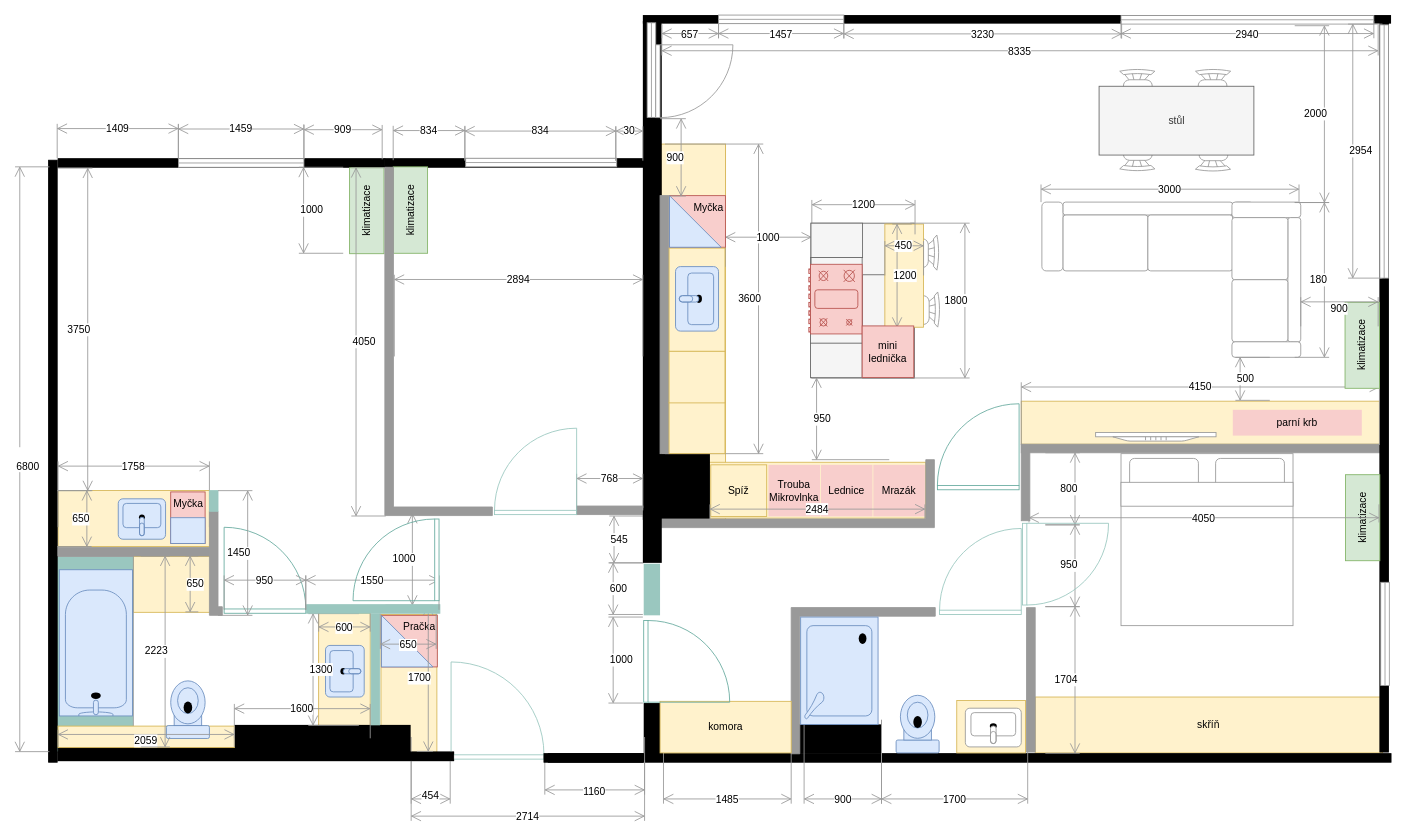
The draw.io diagram page "final" (1 of 2) of docs/src/static/drawings/floor-plan.furniched.drawio in surquest/flat-renovation, before the edit. Source tidied: cells renumbered, new cells numbered last; positions are measured from the earlier drawing's top-left corner, leaving out a move shared by most shapes. Both pictures are drawn from the tidied source at 86%, with x=0, y=0 at pixel (15, 15).
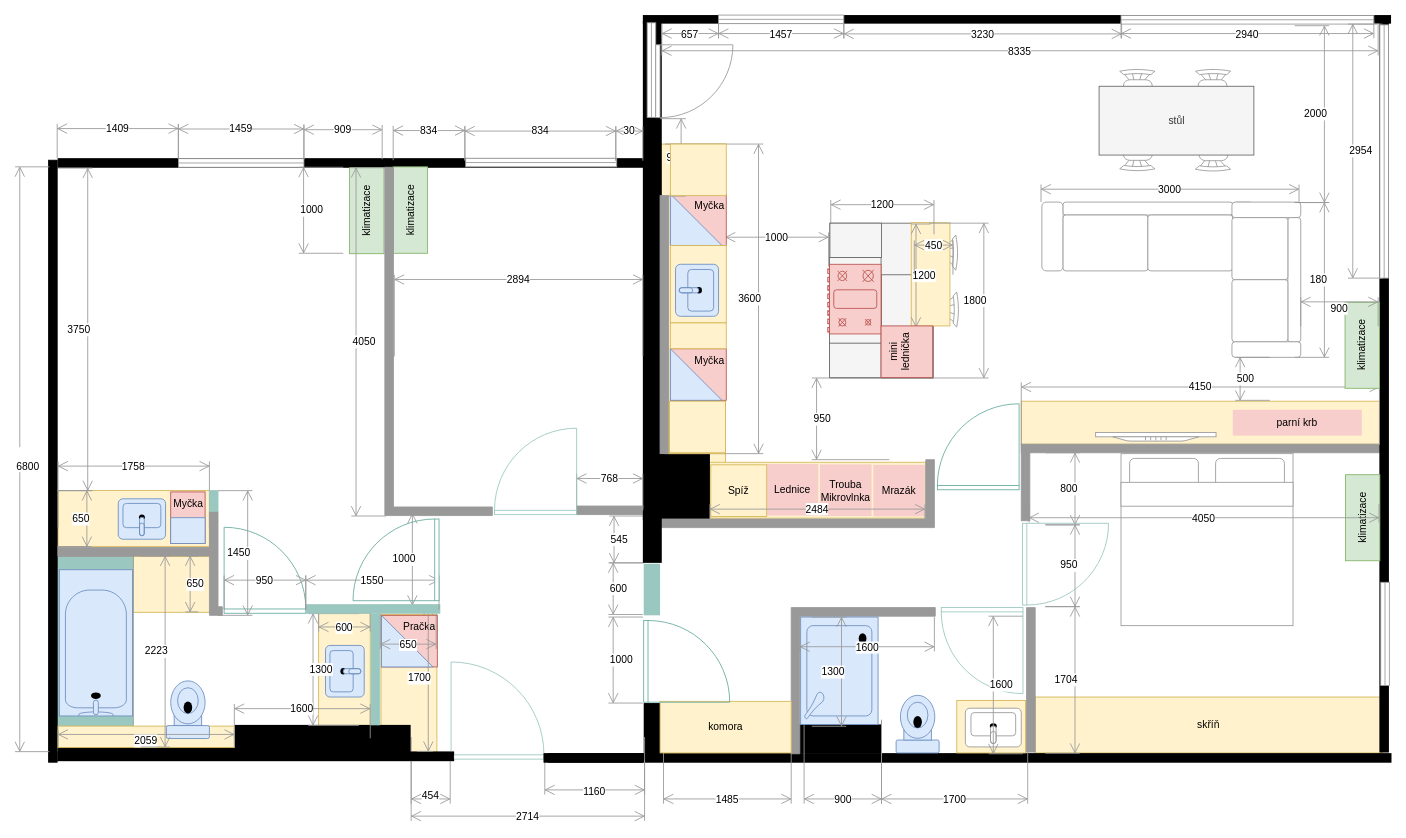
After the change.

The edit, as a diff of the source:
```diff
@@
     <mxCell id="8" style="rounded=0;whiteSpace=wrap;html=1;strokeColor=#666666;fillColor=#f5f5f5;fontColor=#333333;" parent="1" vertex="1">
-      <mxGeometry x="925.5" y="242" width="120" height="180" as="geometry" />
+      <mxGeometry x="947.5" y="242" width="120" height="180" as="geometry" />
     </mxCell>
     <mxCell id="9" style="rounded=0;whiteSpace=wrap;html=1;strokeColor=#666666;fillColor=#f5f5f5;fontColor=#333333;" parent="1" vertex="1">
-      <mxGeometry x="985.5" y="302" width="60" height="60" as="geometry" />
+      <mxGeometry x="1007.5" y="302" width="60" height="60" as="geometry" />
     </mxCell>
     <mxCell id="10" style="rounded=0;whiteSpace=wrap;html=1;strokeColor=#666666;fillColor=#f5f5f5;fontColor=#333333;" parent="1" vertex="1">
-      <mxGeometry x="985.5" y="362" width="60" height="60" as="geometry" />
+      <mxGeometry x="1007.5" y="362" width="60" height="60" as="geometry" />
     </mxCell>
     <mxCell id="11" style="rounded=0;whiteSpace=wrap;html=1;strokeColor=#666666;fillColor=#f5f5f5;fontColor=#333333;" parent="1" vertex="1">
-      <mxGeometry x="925" y="282" width="60" height="100" as="geometry" />
+      <mxGeometry x="947" y="282" width="60" height="100" as="geometry" />
     </mxCell>
@@
     <mxCell id="20" style="verticalLabelPosition=bottom;html=1;verticalAlign=top;align=center;shape=mxgraph.floorplan.chair;strokeColor=#999999;fillColor=#FFFFFF;direction=south;" parent="1" vertex="1">
-      <mxGeometry x="1023.6" y="322" width="52" height="41" as="geometry" />
+      <mxGeometry x="1045.6" y="322" width="52" height="41" as="geometry" />
     </mxCell>
     <mxCell id="21" style="verticalLabelPosition=bottom;html=1;verticalAlign=top;align=center;shape=mxgraph.floorplan.chair;strokeColor=#999999;fillColor=#FFFFFF;direction=south;" parent="1" vertex="1">
-      <mxGeometry x="1022.6" y="255.8" width="52" height="41" as="geometry" />
+      <mxGeometry x="1044.6" y="255.8" width="52" height="41" as="geometry" />
     </mxCell>
@@
     <mxCell id="79" value="Trouba&lt;br&gt;Mikrovlnka" style="rounded=0;whiteSpace=wrap;html=1;strokeColor=none;fillColor=#f8cecc;" parent="1" vertex="1">
-      <mxGeometry x="876" y="523" width="60" height="60" as="geometry" />
+      <mxGeometry x="936" y="522.5" width="60" height="60" as="geometry" />
     </mxCell>
@@
     <mxCell id="81" value="1000" style="shape=dimension;direction=west;whiteSpace=wrap;html=1;align=center;verticalAlign=top;spacingTop=-8;labelBackgroundColor=#ffffff;strokeColor=#999999;fillColor=#999999;" parent="1" vertex="1">
-      <mxGeometry x="826" y="252.8" width="100" height="40" as="geometry" />
+      <mxGeometry x="826" y="252.8" width="120" height="40" as="geometry" />
     </mxCell>
     <mxCell id="82" value="Myčka" style="rounded=0;whiteSpace=wrap;html=1;strokeColor=#b85450;fillColor=#f8cecc;verticalAlign=top;align=right;" parent="1" vertex="1">
-      <mxGeometry x="761" y="210" width="65" height="60" as="geometry" />
+      <mxGeometry x="762" y="208" width="65" height="60" as="geometry" />
     </mxCell>
-    <mxCell id="83" style="rounded=0;whiteSpace=wrap;html=1;strokeColor=#d6b656;fillColor=#fff2cc;" parent="1" vertex="1">
-      <mxGeometry x="760.5" y="271" width="65" height="120" as="geometry" />
-    </mxCell>
-    <mxCell id="84" style="verticalLabelPosition=bottom;html=1;verticalAlign=top;align=center;shape=mxgraph.floorplan.sink_2;strokeColor=#6c8ebf;fillColor=#dae8fc;direction=north;" parent="1" vertex="1">
-      <mxGeometry x="768" y="292.5" width="50" height="75" as="geometry" />
-    </mxCell>
     <mxCell id="85" style="rounded=0;whiteSpace=wrap;html=1;strokeColor=#d6b656;fillColor=#fff2cc;" parent="1" vertex="1">
-      <mxGeometry x="1011.4" y="243" width="45" height="120" as="geometry" />
+      <mxGeometry x="1042.1" y="241.5" width="45" height="120" as="geometry" />
     </mxCell>
@@
-    <mxCell id="90" style="verticalLabelPosition=bottom;html=1;verticalAlign=top;align=center;shape=mxgraph.floorplan.doorLeft;strokeColor=#9AC7BF;fillColor=#FFFFFF;direction=west;flipV=0;flipH=0;" parent="1" vertex="1">
-      <mxGeometry x="1075" y="612" width="95" height="85" as="geometry" />
+    <mxCell id="90" style="verticalLabelPosition=bottom;html=1;verticalAlign=top;align=center;shape=mxgraph.floorplan.doorLeft;strokeColor=#9AC7BF;fillColor=#FFFFFF;direction=east;flipV=0;flipH=1;" parent="1" vertex="1">
+      <mxGeometry x="1077" y="689" width="95" height="85" as="geometry" />
     </mxCell>
     <mxCell id="91" style="verticalLabelPosition=bottom;html=1;verticalAlign=top;align=center;shape=mxgraph.floorplan.range_2;strokeColor=#b85450;fillColor=#f8cecc;direction=south;" parent="1" vertex="1">
-      <mxGeometry x="923" y="289.8" width="62" height="81" as="geometry" />
+      <mxGeometry x="945" y="289.8" width="62" height="81" as="geometry" />
     </mxCell>
@@
     <mxCell id="108" value="1800" style="shape=dimension;direction=north;whiteSpace=wrap;html=1;align=right;verticalAlign=middle;labelBackgroundColor=#ffffff;strokeColor=#999999;" parent="1" vertex="1">
-      <mxGeometry x="1041" y="242" width="69" height="180" as="geometry" />
+      <mxGeometry x="1063" y="242" width="69" height="180" as="geometry" />
     </mxCell>
     <mxCell id="109" value="1200" style="shape=dimension;direction=west;whiteSpace=wrap;html=1;align=center;verticalAlign=top;spacingTop=-8;labelBackgroundColor=#ffffff;strokeColor=#999999;" parent="1" vertex="1">
-      <mxGeometry x="926.5" y="215" width="120" height="40" as="geometry" />
+      <mxGeometry x="948.5" y="215" width="120" height="40" as="geometry" />
     </mxCell>
     <mxCell id="110" value="Lednice" style="rounded=0;whiteSpace=wrap;html=1;strokeColor=none;fillColor=#f8cecc;" parent="1" vertex="1">
-      <mxGeometry x="937" y="523" width="60" height="60" as="geometry" />
+      <mxGeometry x="874" y="522" width="60" height="60" as="geometry" />
     </mxCell>
@@
     <mxCell id="115" value="1200" style="shape=dimension;direction=south;whiteSpace=wrap;html=1;align=left;verticalAlign=middle;labelBackgroundColor=#ffffff;strokeColor=#999999;" parent="1" vertex="1">
-      <mxGeometry x="1020.1" y="243" width="22.5" height="120" as="geometry" />
+      <mxGeometry x="1042.1" y="243" width="22.5" height="120" as="geometry" />
     </mxCell>
     <mxCell id="116" value="450" style="shape=dimension;direction=west;whiteSpace=wrap;html=1;align=center;verticalAlign=top;spacingTop=-8;labelBackgroundColor=#ffffff;strokeColor=#999999;" parent="1" vertex="1">
-      <mxGeometry x="1011.4" y="262.8" width="45" height="40" as="geometry" />
+      <mxGeometry x="1045.6" y="262" width="45" height="40" as="geometry" />
     </mxCell>
-    <mxCell id="117" style="rounded=0;whiteSpace=wrap;html=1;strokeColor=#d6b656;fillColor=#fff2cc;" parent="1" vertex="1">
-      <mxGeometry x="760.5" y="391" width="65" height="60" as="geometry" />
-    </mxCell>
     <mxCell id="118" style="rounded=0;whiteSpace=wrap;html=1;strokeColor=#666666;fillColor=#f5f5f5;fontColor=#333333;" parent="1" vertex="1">
-      <mxGeometry x="925.5" y="242" width="60" height="40" as="geometry" />
+      <mxGeometry x="947.5" y="242" width="60" height="40" as="geometry" />
     </mxCell>
     <mxCell id="119" style="rounded=0;whiteSpace=wrap;html=1;strokeColor=#666666;fillColor=#f5f5f5;fontColor=#333333;" parent="1" vertex="1">
-      <mxGeometry x="925" y="381.5" width="60" height="40" as="geometry" />
+      <mxGeometry x="947" y="381.5" width="60" height="40" as="geometry" />
     </mxCell>
     <mxCell id="120" style="verticalLabelPosition=bottom;verticalAlign=top;html=1;shape=mxgraph.basic.orthogonal_triangle;strokeColor=#6c8ebf;fillColor=#dae8fc;" parent="1" vertex="1">
-      <mxGeometry x="761" y="210" width="60" height="60" as="geometry" />
+      <mxGeometry x="762" y="208" width="60" height="60" as="geometry" />
     </mxCell>
@@
-    <mxCell id="122" value="mini&lt;br&gt;lednička" style="rounded=0;whiteSpace=wrap;html=1;strokeColor=#b85450;fillColor=#f8cecc;" parent="1" vertex="1">
-      <mxGeometry x="985" y="361.5" width="60" height="60" as="geometry" />
+    <mxCell id="122" value="mini&lt;br&gt;lednička" style="rounded=0;whiteSpace=wrap;html=1;strokeColor=#b85450;fillColor=#f8cecc;horizontal=0;verticalAlign=top;" parent="1" vertex="1">
+      <mxGeometry x="1007" y="361.5" width="60" height="60" as="geometry" />
     </mxCell>
@@
+    <mxCell id="167" value="Myčka" style="rounded=0;whiteSpace=wrap;html=1;strokeColor=#b85450;fillColor=#f8cecc;verticalAlign=top;align=right;" parent="1" vertex="1">
+      <mxGeometry x="762" y="388" width="65" height="60" as="geometry" />
+    </mxCell>
+    <mxCell id="168" style="verticalLabelPosition=bottom;verticalAlign=top;html=1;shape=mxgraph.basic.orthogonal_triangle;strokeColor=#6c8ebf;fillColor=#dae8fc;" parent="1" vertex="1">
+      <mxGeometry x="762" y="388" width="60" height="60" as="geometry" />
+    </mxCell>
+    <mxCell id="169" value="1600" style="shape=dimension;direction=south;whiteSpace=wrap;html=1;align=left;verticalAlign=middle;labelBackgroundColor=#ffffff;strokeColor=#999999;" parent="1" vertex="1">
+      <mxGeometry x="1132" y="699" width="40" height="160" as="geometry" />
+    </mxCell>
+    <mxCell id="170" value="1300" style="shape=dimension;direction=north;whiteSpace=wrap;html=1;align=right;verticalAlign=middle;labelBackgroundColor=#ffffff;strokeColor=#999999;" parent="1" vertex="1">
+      <mxGeometry x="926.5" y="700" width="40" height="127" as="geometry" />
+    </mxCell>
+    <mxCell id="171" value="1600" style="shape=dimension;whiteSpace=wrap;html=1;align=center;verticalAlign=bottom;spacingBottom=-5;labelBackgroundColor=#ffffff;strokeColor=#999999;" parent="1" vertex="1">
+      <mxGeometry x="912.5" y="700" width="156.5" height="40" as="geometry" />
+    </mxCell>
+    <mxCell id="172" style="rounded=0;whiteSpace=wrap;html=1;strokeColor=#d6b656;fillColor=#fff2cc;" parent="1" vertex="1">
+      <mxGeometry x="761" y="449" width="65" height="60" as="geometry" />
+    </mxCell>
+    <mxCell id="173" style="rounded=0;whiteSpace=wrap;html=1;strokeColor=#d6b656;fillColor=#fff2cc;" parent="1" vertex="1">
+      <mxGeometry x="762" y="150" width="65" height="60" as="geometry" />
+    </mxCell>
+    <mxCell id="174" style="rounded=0;whiteSpace=wrap;html=1;strokeColor=#d6b656;fillColor=#fff2cc;" parent="1" vertex="1">
+      <mxGeometry x="762" y="268" width="65" height="90" as="geometry" />
+    </mxCell>
+    <mxCell id="84" style="verticalLabelPosition=bottom;html=1;verticalAlign=top;align=center;shape=mxgraph.floorplan.sink_2;strokeColor=#6c8ebf;fillColor=#dae8fc;direction=north;" parent="1" vertex="1">
+      <mxGeometry x="768" y="289.8" width="50" height="60.5" as="geometry" />
+    </mxCell>
+    <mxCell id="175" style="rounded=0;whiteSpace=wrap;html=1;strokeColor=#d6b656;fillColor=#fff2cc;" parent="1" vertex="1">
+      <mxGeometry x="762" y="358" width="65" height="30" as="geometry" />
+    </mxCell>
```
